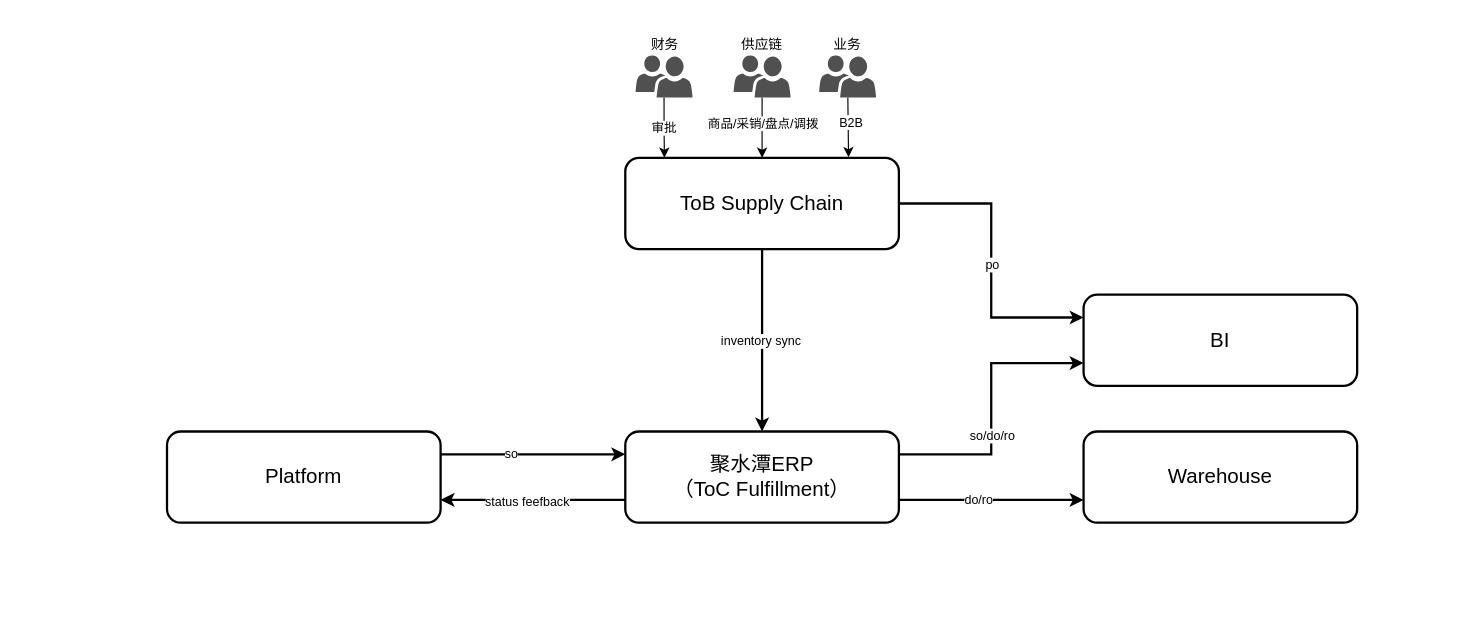
Above: 未命名绘图.drawio in jackie-thank/beego-authz (draw.io), before the change. Source tidied: cells renumbered, new cells numbered last; positions are measured from the earlier drawing's top-left corner, leaving out a move shared by most shapes. Both pictures are drawn from the tidied source at 114%, with x=0, y=0 at pixel (166, 32).
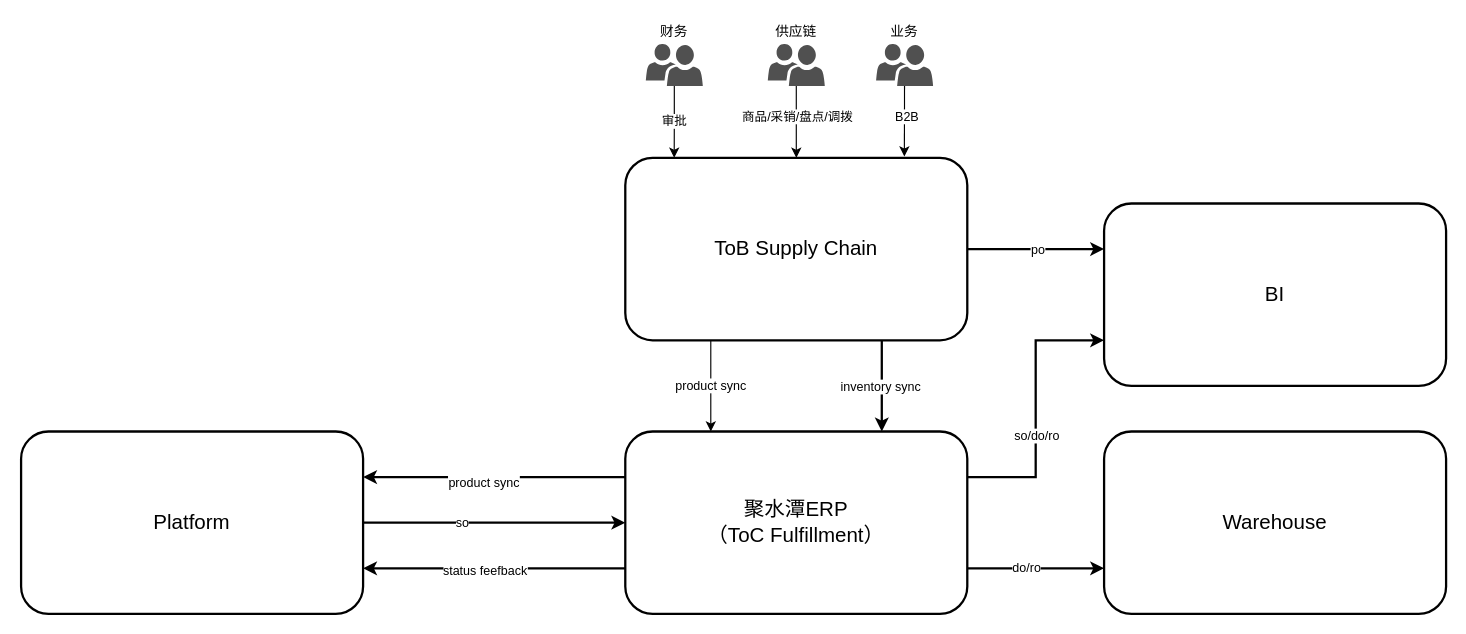
The same page after the edit.

Commit message (it also covers changes not shown here):
更新未命名绘图.drawio

Diff of the diagram source:
```diff
@@
-    <mxCell id="4" style="edgeStyle=none;rounded=0;jettySize=auto;html=1;exitX=0.5;exitY=1;exitDx=0;exitDy=0;entryX=0.5;entryY=0;entryDx=0;entryDy=0;strokeWidth=2;" parent="1" edge="1" source="6" target="13">
+    <mxCell id="4" style="edgeStyle=none;rounded=0;jettySize=auto;html=1;exitX=0.75;exitY=1;exitDx=0;exitDy=0;entryX=0.75;entryY=0;entryDx=0;entryDy=0;strokeWidth=2;" parent="1" edge="1" source="6" target="13">
       <mxGeometry relative="1" as="geometry" />
     </mxCell>
@@
+    <mxCell id="30" value="product sync" style="edgeStyle=none;rounded=0;jettySize=auto;html=1;exitX=0.25;exitY=1;exitDx=0;exitDy=0;entryX=0.25;entryY=0;entryDx=0;entryDy=0;" parent="1" edge="1" source="6" target="13">
+      <mxGeometry relative="1" as="geometry" />
+    </mxCell>
     <mxCell id="6" value="ToB Supply Chain" style="rounded=1;whiteSpace=wrap;html=1;strokeWidth=2;fontSize=18;" parent="1" vertex="1">
-      <mxGeometry x="402" y="110" width="240" height="80" as="geometry" />
+      <mxGeometry x="402" y="110" width="300" height="160" as="geometry" />
     </mxCell>
@@
+    <mxCell id="31" style="edgeStyle=none;rounded=0;jettySize=auto;html=1;exitX=0;exitY=0.25;exitDx=0;exitDy=0;entryX=1;entryY=0.25;entryDx=0;entryDy=0;strokeWidth=2;" parent="1" edge="1" source="13" target="17">
+      <mxGeometry relative="1" as="geometry" />
+    </mxCell>
+    <mxCell id="32" value="product sync" style="edgeLabel;html=1;align=center;verticalAlign=middle;" parent="31" vertex="1">
+      <mxGeometry x="0.09" y="4" relative="1" as="geometry" />
+    </mxCell>
     <mxCell id="13" value="&lt;div&gt;聚水潭ERP&lt;/div&gt;（ToC Fulfillment）" style="rounded=1;whiteSpace=wrap;html=1;strokeWidth=2;fontSize=18;" parent="1" vertex="1">
-      <mxGeometry x="402" y="350" width="240" height="80" as="geometry" />
+      <mxGeometry x="402" y="350" width="300" height="160" as="geometry" />
     </mxCell>
     <mxCell id="14" value="BI" style="rounded=1;whiteSpace=wrap;html=1;strokeWidth=2;fontSize=18;" parent="1" vertex="1">
-      <mxGeometry x="804" y="230" width="240" height="80" as="geometry" />
+      <mxGeometry x="822" y="150" width="300" height="160" as="geometry" />
     </mxCell>
-    <mxCell id="15" style="edgeStyle=orthogonalEdgeStyle;rounded=0;jettySize=auto;html=1;exitX=1;exitY=0.25;exitDx=0;exitDy=0;entryX=0;entryY=0.25;entryDx=0;entryDy=0;strokeWidth=2;" parent="1" edge="1" source="17" target="13">
+    <mxCell id="15" style="edgeStyle=orthogonalEdgeStyle;rounded=0;jettySize=auto;html=1;exitX=1;exitY=0.5;exitDx=0;exitDy=0;entryX=0;entryY=0.5;entryDx=0;entryDy=0;strokeWidth=2;" parent="1" edge="1" source="17" target="13">
       <mxGeometry relative="1" as="geometry" />
     </mxCell>
@@
     <mxCell id="17" value="Platform" style="rounded=1;whiteSpace=wrap;html=1;strokeWidth=2;fontSize=18;" parent="1" vertex="1">
-      <mxGeometry y="350" width="240" height="80" as="geometry" />
+      <mxGeometry x="-128" y="350" width="300" height="160" as="geometry" />
     </mxCell>
     <mxCell id="18" value="Warehouse" style="rounded=1;whiteSpace=wrap;html=1;strokeWidth=2;fontSize=18;" parent="1" vertex="1">
-      <mxGeometry x="804" y="350" width="240" height="80" as="geometry" />
+      <mxGeometry x="822" y="350" width="300" height="160" as="geometry" />
     </mxCell>
@@
     <mxCell id="21" style="sketch=0;shadow=0;dashed=0;html=1;strokeColor=none;labelPosition=center;verticalLabelPosition=bottom;verticalAlign=top;align=center;fillColor=#505050;shape=mxgraph.mscae.intune.user_group;" parent="1" vertex="1">
-      <mxGeometry x="497" y="20" width="50" height="37" as="geometry" />
+      <mxGeometry x="527" y="10" width="50" height="37" as="geometry" />
     </mxCell>
@@
     <mxCell id="23" style="sketch=0;shadow=0;dashed=0;html=1;strokeColor=none;labelPosition=center;verticalLabelPosition=bottom;verticalAlign=top;align=center;fillColor=#505050;shape=mxgraph.mscae.intune.user_group;" parent="1" vertex="1">
-      <mxGeometry x="411" y="20" width="50" height="37" as="geometry" />
+      <mxGeometry x="420" y="10" width="50" height="37" as="geometry" />
     </mxCell>
@@
     <mxCell id="26" style="sketch=0;shadow=0;dashed=0;html=1;strokeColor=none;labelPosition=center;verticalLabelPosition=bottom;verticalAlign=top;align=center;fillColor=#505050;shape=mxgraph.mscae.intune.user_group;" parent="1" vertex="1">
-      <mxGeometry x="572" y="20" width="50" height="37" as="geometry" />
+      <mxGeometry x="622" y="10" width="50" height="37" as="geometry" />
     </mxCell>
     <mxCell id="27" value="财务" style="text;html=1;align=center;verticalAlign=middle;whiteSpace=wrap;rounded=0;" parent="1" vertex="1">
-      <mxGeometry x="422" width="30" height="21" as="geometry" />
+      <mxGeometry x="430" y="-11" width="30" height="21" as="geometry" />
     </mxCell>
     <mxCell id="28" value="供应链" style="text;html=1;align=center;verticalAlign=middle;whiteSpace=wrap;rounded=0;" parent="1" vertex="1">
-      <mxGeometry x="502" width="40" height="21" as="geometry" />
+      <mxGeometry x="532" y="-11" width="40" height="21" as="geometry" />
     </mxCell>
     <mxCell id="29" value="业务" style="text;html=1;align=center;verticalAlign=middle;whiteSpace=wrap;rounded=0;" parent="1" vertex="1">
-      <mxGeometry x="582" width="30" height="21" as="geometry" />
+      <mxGeometry x="632" y="-11" width="30" height="21" as="geometry" />
     </mxCell>
```
